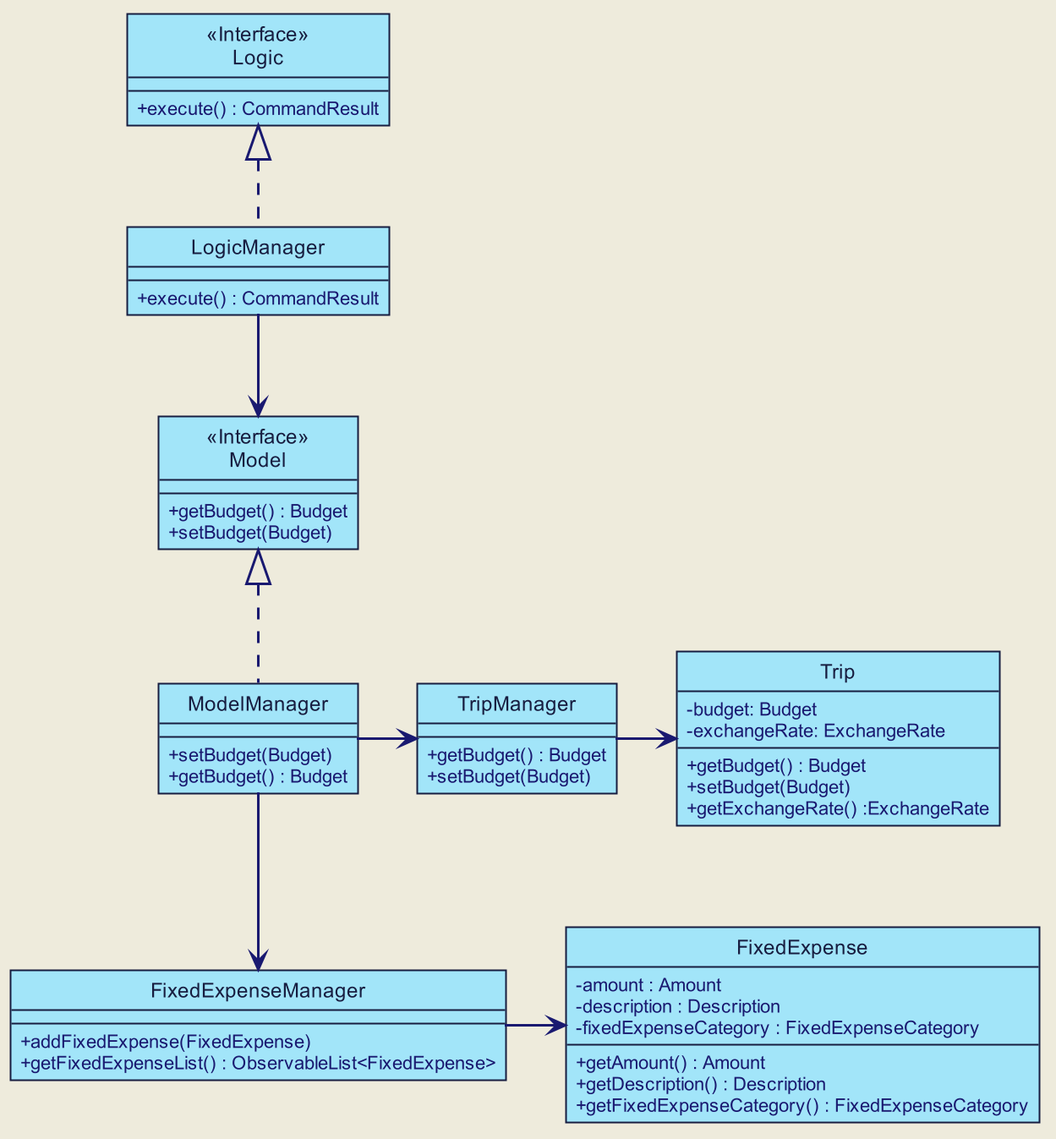
Earlier version of the PlantUML export docs/images/developer-guide/fixed-expense/FixedExpenseClassDiagram.png (zenatrick/main). Its diagram source:
```plantuml
@startuml







skinparam BackgroundColor #EEEBDC
skinparam Shadowing false
skinparam MinClassWidth 50
skinparam PackageStyle Rectangle

skinparam Default {
    FontColor #171D40
    FontName Arial
    TextAlignment center
}

skinparam Participant {
    Padding 10
    BorderColor #171D40
}

skinparam Title {
    FontColor #171D40
    FontName Arial
    FontSize 22
}

skinparam Arrow {
    Thickness 1.5
    Color MidNightBlue
}

skinparam Note {
    BackgroundColor #C6EAE3
    FontColor MidNightBlue
    BorderColor MidNightBlue
    BorderThickness 2
}

skinparam Class {
    BorderThickness 1
    BorderColor #171D40
    BackgroundColor #A2E5F9
    AttributeFontColor MidNightBlue
    AttributeIconSize 0
    StereotypeFontColor #171D40
    StereotypeFontStyle normal
    FontName Arial
}

skinparam Object {
    BorderThickness 2
    BorderColor #171D40
    BackgroundColor #C6EAE3
    AttributeFontColor MidNightBlue
    AttributeIconSize 0
    StereotypeFontColor #171D40
    StereotypeFontStyle normal
    FontName Arial
}

skinparam Actor {
    BorderColor #000000
    Color #000000
    FontName Arial
}

skinparam Sequence {
    LifeLineBackgroundColor #C6EAE3
    LifeLineBorderColor #171D40
    LifeLineBorderThickness 1.5
    MessageAlignment center
    SequenceParticipantBorderThickness 10
    ReferenceBackgroundColor #C6EAE3
    ReferenceBorderColor #171D40
    TitleFontColor #171D40
    StereotypeFontStyle normal
    BoxFontSize 22
    BoxFontName Arial
    BoxFontStyle normal
    BoxPadding 0
    BoxBorderColor #EEEBDC
}

skinparam Participant {
    Padding 20
}

skinparam Activity {
    StartColor #171D40
    EndColor #171D40
    BorderThickness 1.5
    BorderColor #171D40
    BackgroundColor #A2E5F9
    DiamondBackgroundColor #A2E5F9
    DiamondBorderColor #171D40
}

hide footbox
hide circle


Class Logic <<Interface>> {
+ execute() : CommandResult
}

Class LogicManager {
+ execute() : CommandResult
}

Class FixedExpense {
 - amount : Amount
 - description : Description
 - fixedExpenseCategory : FixedExpenseCategory
 + getAmount() : Amount
 + getDescription() : Description
 + getFixedExpenseCategory() : FixedExpenseCategory
}



Class Model <<Interface>> {
+ getBudget() : Budget
+ setBudget(Budget)
}

Class ModelManager{
+ setBudget(Budget)
+ getBudget() : Budget
}

Class FixedExpenseManager{
+ addFixedExpense(FixedExpense)
+ getFixedExpenseList() : ObservableList<FixedExpense>
}

Class TripManager{
+ getBudget() : Budget
+ setBudget(Budget)
}

Class Trip{
- budget: Budget
- exchangeRate: ExchangeRate
+ getBudget() : Budget
+ setBudget(Budget)
+ getExchangeRate() :ExchangeRate
}
LogicManager .up-|> Logic
ModelManager .up-|> Model
ModelManager -down-> FixedExpenseManager
FixedExpenseManager -right-> FixedExpense
LogicManager -down-> Model
ModelManager -right-> TripManager
TripManager -right-> Trip

show members
@enduml
```
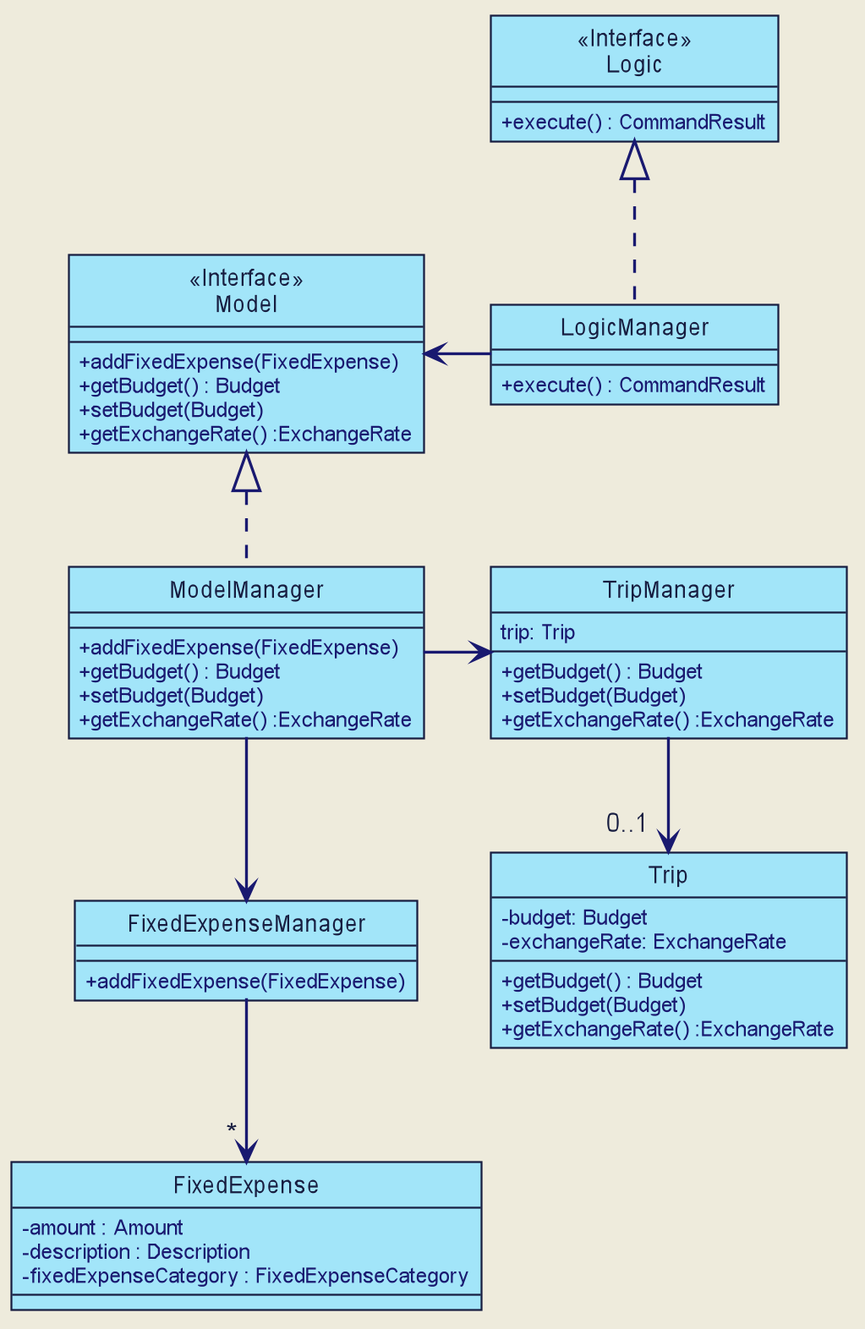
The same file after the commit.

Change to the diagram source:
```diff
@@ -115,31 +115,33 @@
  - amount : Amount
  - description : Description
  - fixedExpenseCategory : FixedExpenseCategory
- + getAmount() : Amount
- + getDescription() : Description
- + getFixedExpenseCategory() : FixedExpenseCategory
 }
 
 
 
 Class Model <<Interface>> {
++ addFixedExpense(FixedExpense)
 + getBudget() : Budget
 + setBudget(Budget)
++ getExchangeRate() :ExchangeRate
 }
 
 Class ModelManager{
++ addFixedExpense(FixedExpense)
++ getBudget() : Budget
 + setBudget(Budget)
-+ getBudget() : Budget
++ getExchangeRate() :ExchangeRate
 }
 
 Class FixedExpenseManager{
 + addFixedExpense(FixedExpense)
-+ getFixedExpenseList() : ObservableList<FixedExpense>
 }
 
 Class TripManager{
+trip: Trip
 + getBudget() : Budget
 + setBudget(Budget)
++ getExchangeRate() :ExchangeRate
 }
 
 Class Trip{
@@ -152,10 +154,10 @@
 LogicManager .up-|> Logic
 ModelManager .up-|> Model
 ModelManager -down-> FixedExpenseManager
-FixedExpenseManager -right-> FixedExpense
-LogicManager -down-> Model
+FixedExpenseManager --> " * "FixedExpense
+LogicManager -left-> Model
 ModelManager -right-> TripManager
-TripManager -right-> Trip
+TripManager --> "0..1  " Trip
 
 show members
 @enduml
```
